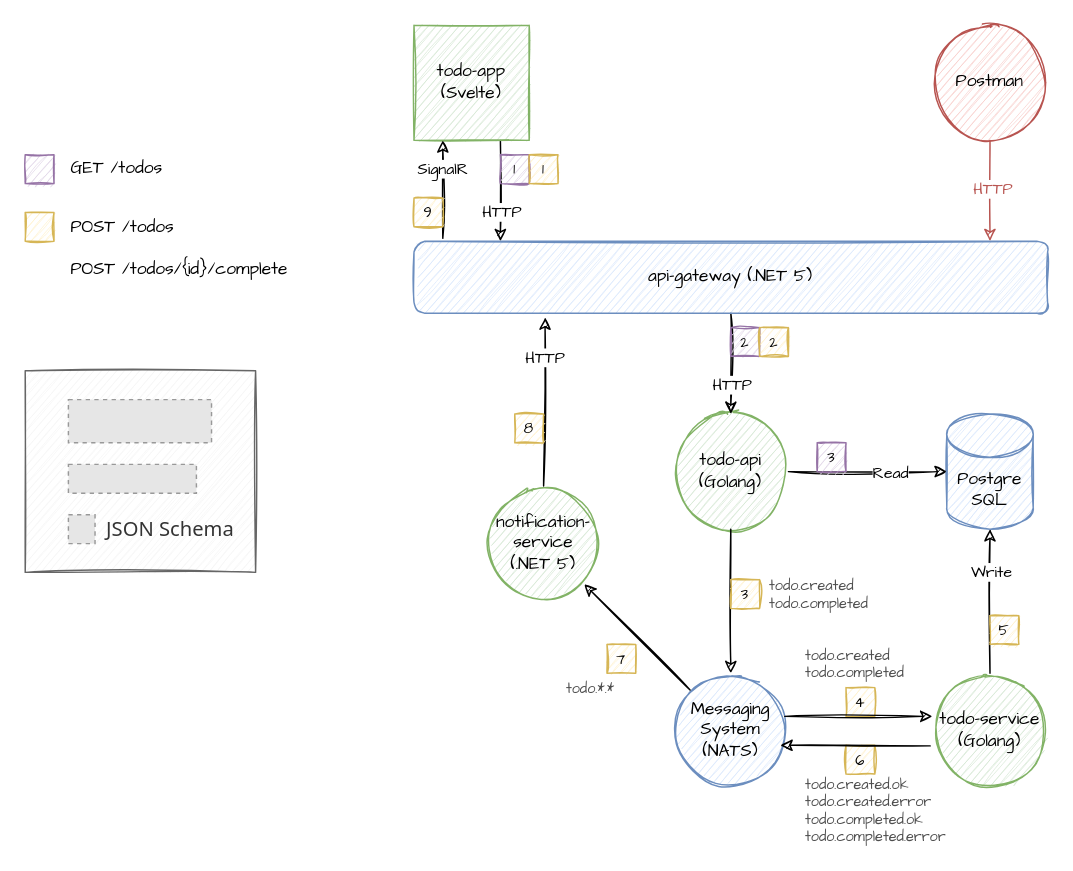
The draw.io diagram doc/architecture.drawio in heikkilamarko/todo-app, before the edit. Source tidied: cells renumbered, new cells numbered last; positions are measured from the earlier drawing's top-left corner, leaving out a move shared by most shapes. Both pictures are drawn from the tidied source at 144%, with x=0, y=0 at pixel (24, 24). Pictures stored in the file or linked from it are replaced by grey dashed boxes.
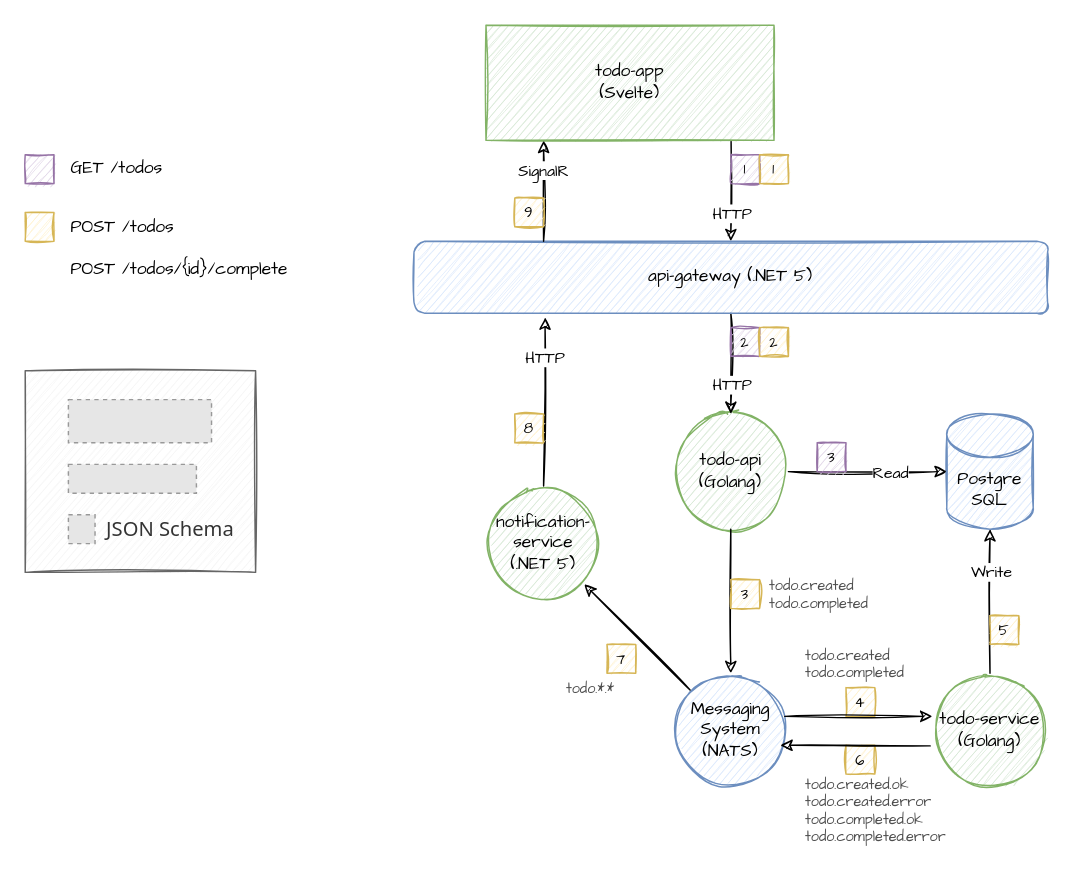
The same diagram, later.

Unchanged cells that the change refers to:
```xml
<mxCell id="12" value="api-gateway (.NET 5)" style="rounded=1;whiteSpace=wrap;html=1;sketch=1;fontFamily=Comic Sans MS;fillColor=#dae8fc;strokeColor=#6c8ebf;labelBackgroundColor=none;" parent="1" vertex="1">
  <mxGeometry x="270" y="150" width="440" height="50" as="geometry" />
</mxCell>
```

Diff of the diagram source:
```diff
@@
-    <mxCell id="14" style="edgeStyle=none;rounded=0;jettySize=auto;html=1;startArrow=none;startFill=0;exitX=0.75;exitY=1;exitDx=0;exitDy=0;sketch=1;fontFamily=Comic Sans MS;" parent="1" edge="1" source="16">
-      <mxGeometry relative="1" as="geometry">
-        <mxPoint x="330" y="150" as="targetPoint" />
-      </mxGeometry>
+    <mxCell id="14" style="edgeStyle=none;rounded=0;jettySize=auto;html=1;startArrow=none;startFill=0;exitX=0.851;exitY=1.009;exitDx=0;exitDy=0;sketch=1;fontFamily=Comic Sans MS;entryX=0.5;entryY=0;entryDx=0;entryDy=0;exitPerimeter=0;" parent="1" edge="1" source="16" target="12">
+      <mxGeometry relative="1" as="geometry" />
     </mxCell>
@@
     <mxCell id="16" value="todo-app&lt;br&gt;(Svelte)" style="rounded=0;whiteSpace=wrap;html=1;sketch=1;fontFamily=Comic Sans MS;fillColor=#d5e8d4;strokeColor=#82b366;labelBackgroundColor=none;" parent="1" vertex="1">
-      <mxGeometry x="270" width="80" height="80" as="geometry" />
+      <mxGeometry x="320" width="200" height="80" as="geometry" />
     </mxCell>
-    <mxCell id="17" value="Postman" style="ellipse;whiteSpace=wrap;html=1;sketch=1;fontFamily=Comic Sans MS;fillColor=#f8cecc;strokeColor=#b85450;labelBackgroundColor=none;" parent="1" vertex="1">
-      <mxGeometry x="630" width="80" height="80" as="geometry" />
-    </mxCell>
-    <mxCell id="18" style="edgeStyle=none;rounded=0;jettySize=auto;html=1;startArrow=none;startFill=0;sketch=1;fontFamily=Comic Sans MS;fillColor=#f8cecc;strokeColor=#b85450;exitX=0.5;exitY=1;exitDx=0;exitDy=0;" parent="1" edge="1" source="17">
-      <mxGeometry relative="1" as="geometry">
-        <mxPoint x="670" y="150" as="targetPoint" />
-      </mxGeometry>
-    </mxCell>
-    <mxCell id="19" value="HTTP" style="edgeLabel;html=1;align=center;verticalAlign=middle;fontFamily=Comic Sans MS;fontColor=#B85450;" parent="18" vertex="1">
-      <mxGeometry x="-0.06" y="1" relative="1" as="geometry" />
-    </mxCell>
-    <mxCell id="20" style="rounded=0;sketch=1;jettySize=auto;html=1;entryX=0.25;entryY=1;entryDx=0;entryDy=0;startArrow=none;startFill=0;fontFamily=Comic Sans MS;" parent="1" edge="1" target="16">
+    <mxCell id="20" style="rounded=0;sketch=1;jettySize=auto;html=1;entryX=0.2;entryY=1.004;entryDx=0;entryDy=0;startArrow=none;startFill=0;fontFamily=Comic Sans MS;entryPerimeter=0;" parent="1" edge="1" target="16">
       <mxGeometry relative="1" as="geometry">
-        <mxPoint x="290" y="148" as="sourcePoint" />
+        <mxPoint x="360" y="150" as="sourcePoint" />
       </mxGeometry>
     </mxCell>
@@
     <mxCell id="33" value="1" style="text;html=1;strokeColor=#9673a6;fillColor=#e1d5e7;align=center;verticalAlign=middle;whiteSpace=wrap;rounded=0;fontFamily=Comic Sans MS;fontSize=10;sketch=1;" parent="1" vertex="1">
-      <mxGeometry x="330" y="90" width="20" height="20" as="geometry" />
+      <mxGeometry x="490" y="90" width="20" height="20" as="geometry" />
     </mxCell>
@@
     <mxCell id="36" value="1" style="text;html=1;strokeColor=#d6b656;fillColor=#fff2cc;align=center;verticalAlign=middle;whiteSpace=wrap;rounded=0;fontFamily=Comic Sans MS;fontSize=10;sketch=1;" parent="1" vertex="1">
-      <mxGeometry x="350" y="90" width="20" height="20" as="geometry" />
+      <mxGeometry x="510" y="90" width="20" height="20" as="geometry" />
     </mxCell>
@@
     <mxCell id="44" value="9" style="text;html=1;strokeColor=#d6b656;fillColor=#fff2cc;align=center;verticalAlign=middle;whiteSpace=wrap;rounded=0;fontFamily=Comic Sans MS;fontSize=10;sketch=1;" parent="1" vertex="1">
-      <mxGeometry x="270" y="120" width="20" height="20" as="geometry" />
+      <mxGeometry x="340" y="120" width="20" height="20" as="geometry" />
     </mxCell>
```
